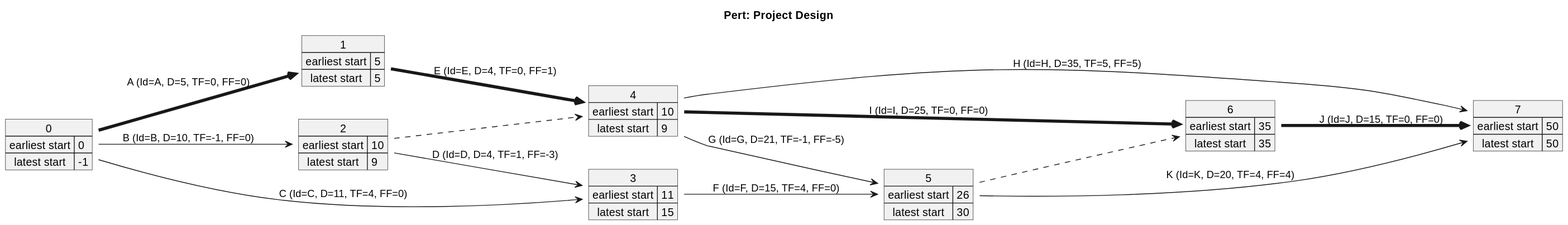
The PlantUML diagram __temp__/PERT.svg in SCWM-P/PM_code_LLM_plantuml, before a commit.
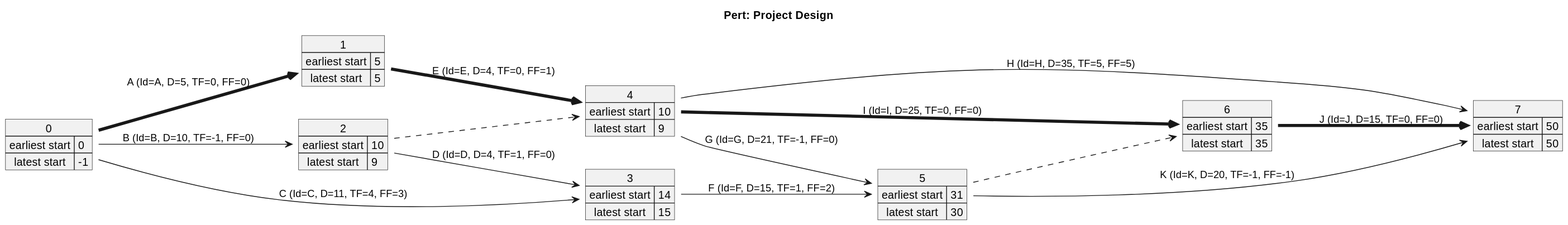
After the change.

Commit message:
添加了流式大模型输出，修复了一些bug，改动了界面布局

The edit, as a diff of the source:
```diff
@@ -15,7 +15,7 @@
     latest start => 9
 }
 map 3 {
-    earliest start => 11
+    earliest start => 14
     latest start => 15
 }
 map 4 {
@@ -23,7 +23,7 @@
     latest start => 9
 }
 map 5 {
-    earliest start => 26
+    earliest start => 31
     latest start => 30
 }
 map 6 {
@@ -36,15 +36,15 @@
 }
 0 -[thickness=4]-> 1 : A (Id=A, D=5, TF=0, FF=0)
 0 --> 2 : B (Id=B, D=10, TF=-1, FF=0)
-0 --> 3 : C (Id=C, D=11, TF=4, FF=0)
+0 --> 3 : C (Id=C, D=11, TF=4, FF=3)
 1 -[thickness=4]-> 4 : E (Id=E, D=4, TF=0, FF=1)
-2 --> 3 : D (Id=D, D=4, TF=1, FF=-3)
+2 --> 3 : D (Id=D, D=4, TF=1, FF=0)
 2 -[dashed]-> 4
-3 --> 5 : F (Id=F, D=15, TF=4, FF=0)
-4 --> 5 : G (Id=G, D=21, TF=-1, FF=-5)
+3 --> 5 : F (Id=F, D=15, TF=1, FF=2)
+4 --> 5 : G (Id=G, D=21, TF=-1, FF=0)
 4 --> 7 : H (Id=H, D=35, TF=5, FF=5)
 4 -[thickness=4]-> 6 : I (Id=I, D=25, TF=0, FF=0)
-5 --> 7 : K (Id=K, D=20, TF=4, FF=4)
+5 --> 7 : K (Id=K, D=20, TF=-1, FF=-1)
 5 -[dashed]-> 6
 6 -[thickness=4]-> 7 : J (Id=J, D=15, TF=0, FF=0)
 @enduml
```
